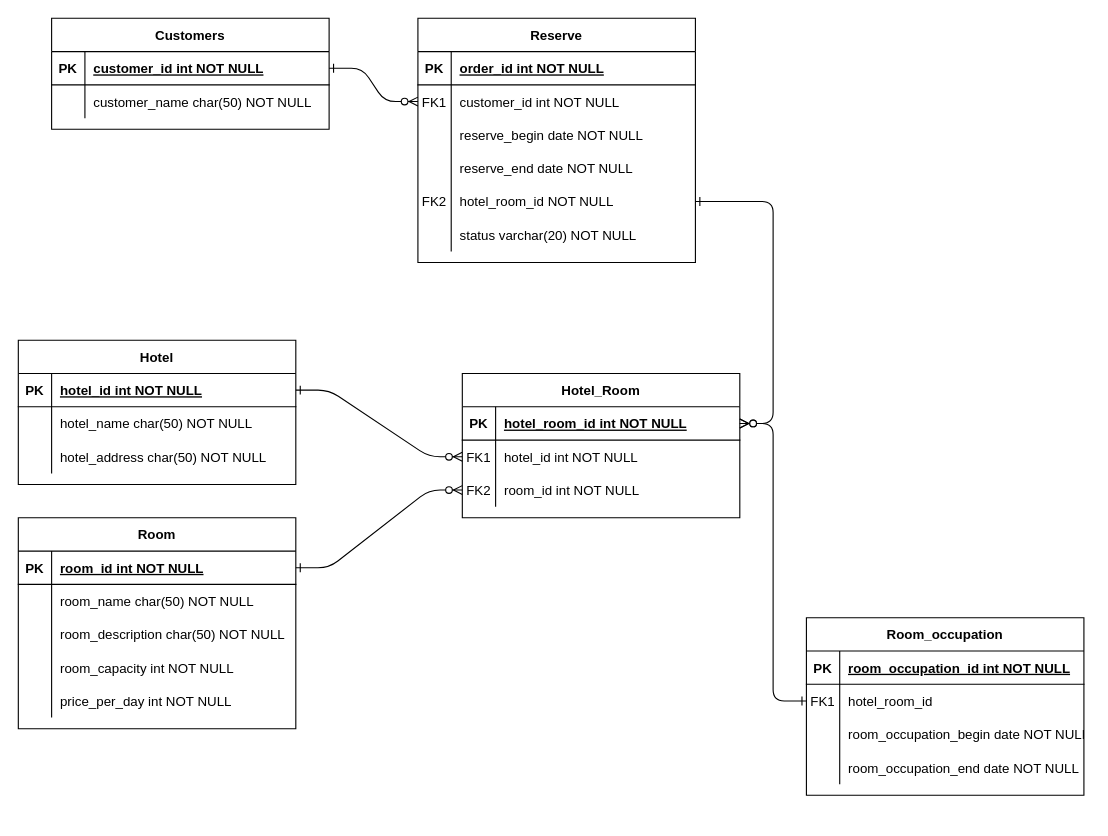
naaaathan/async-sync-analysis keeps this draw.io diagram as page "database" (1 of 3) of database-uml.drawio. Above is the earlier version. Source tidied: cells renumbered, new cells numbered last; positions are measured from the earlier drawing's top-left corner, leaving out a move shared by most shapes. Both pictures are drawn from the tidied source at 111%, with x=0, y=0 at pixel (18, 18).
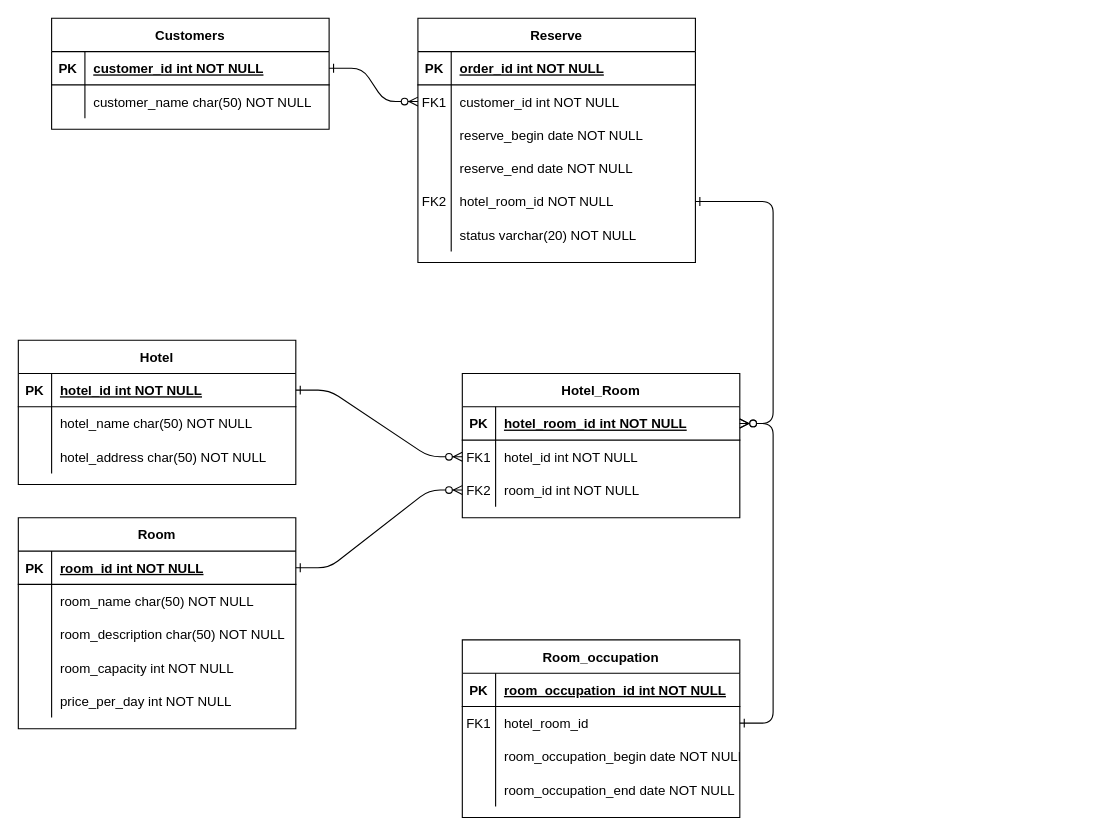
The same diagram, later.

The change refers to these unchanged cells:
```xml
<mxCell id="57" style="shape=partialRectangle;fillColor=none;points=[[0,0.5],[1,0.5]];portConstraint=eastwest;top=0;left=0;right=0;bottom=1;" parent="56" vertex="1">
  <mxGeometry y="30" width="250" height="30" as="geometry" />
</mxCell>
<mxCell id="72" style="shape=partialRectangle;fillColor=none;points=[[0,0.5],[1,0.5]];portConstraint=eastwest;top=0;left=0;right=0;bottom=0;" parent="68" vertex="1">
  <mxGeometry y="60" width="250" height="30" as="geometry" />
</mxCell>
```

What changed in the source:
```diff
@@
     <mxCell id="68" value="Room_occupation" style="shape=table;startSize=30;childLayout=tableLayout;rowLines=0;fontStyle=1;align=center;" parent="1" vertex="1">
-      <mxGeometry x="710" y="540" width="250" height="160" as="geometry" />
+      <mxGeometry x="400" y="560" width="250" height="160" as="geometry" />
     </mxCell>
@@
-    <mxCell id="81" style="edgeStyle=entityRelationEdgeStyle;endArrow=ERzeroToMany;startArrow=ERone;endFill=1;startFill=0;exitX=0;exitY=0.5;exitDx=0;exitDy=0;entryX=1;entryY=0.5;entryDx=0;entryDy=0;" parent="1" edge="1" source="72" target="57">
+    <mxCell id="81" style="edgeStyle=entityRelationEdgeStyle;endArrow=ERzeroToMany;startArrow=ERone;endFill=1;startFill=0;exitX=1;exitY=0.5;exitDx=0;exitDy=0;entryX=1;entryY=0.5;entryDx=0;entryDy=0;" parent="1" edge="1" source="72" target="57">
       <mxGeometry relative="1" as="geometry">
         <Array as="points">
           <mxPoint x="650" y="255" />
           <mxPoint x="740" y="245" />
           <mxPoint x="660" y="265" />
           <mxPoint x="660" y="255" />
           <mxPoint x="750" y="245" />
           <mxPoint x="640" y="175" />
           <mxPoint x="660" y="255" />
           <mxPoint x="650" y="265" />
         </Array>
       </mxGeometry>
     </mxCell>
```
